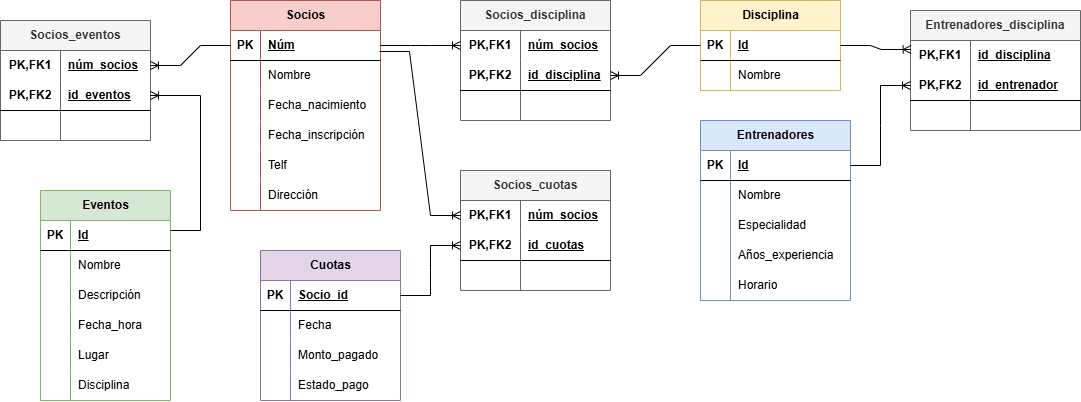
Earlier version of the draw.io export bbdd/sheet04/ModeloRelacional.drawio.png (Dorianaadc/Bootcamp). Source tidied: cells renumbered, new cells last; positions are measured from the earlier drawing's top-left corner, leaving out a move shared by most shapes.
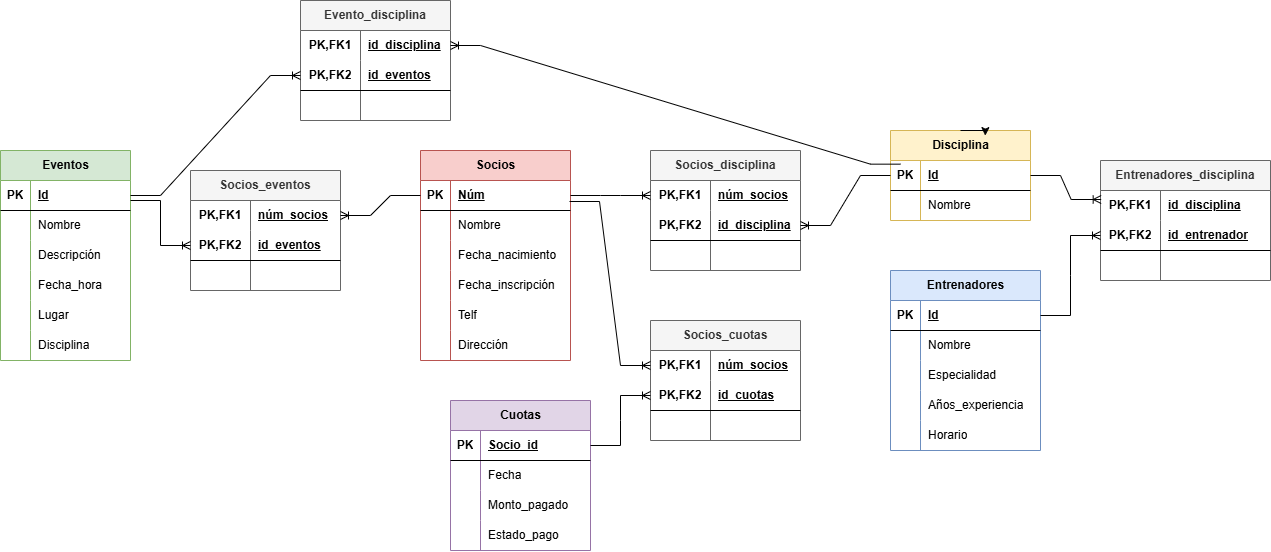
Above is the later version.

The edit, as a diff of the source:
```diff
@@ -147,7 +147,7 @@
       <mxGeometry x="30" width="110" height="30" as="geometry" />
     </mxCell>
     <mxCell id="50" value="Eventos" style="shape=table;startSize=30;rowLines=0;fontStyle=1;align=center;html=1;fillColor=#d5e8d4;strokeColor=#82b366;" parent="1" vertex="1">
-      <mxGeometry x="40" y="190" width="130" height="210" as="geometry" />
+      <mxGeometry x="-190" width="130" height="210" as="geometry" />
     </mxCell>
     <mxCell id="51" style="shape=tableRow;horizontal=0;startSize=0;swimlaneHead=0;swimlaneBody=0;fillColor=none;points=[[0,0.5],[1,0.5]];portConstraint=eastwest;top=0;left=0;right=0;bottom=1;" parent="50" vertex="1">
       <mxGeometry y="30" width="130" height="30" as="geometry" />
@@ -204,7 +204,7 @@
       <mxGeometry x="30" width="100" height="30" as="geometry" />
     </mxCell>
     <mxCell id="69" value="Disciplina" style="shape=table;startSize=30;rowLines=0;fontStyle=1;align=center;html=1;fillColor=#fff2cc;strokeColor=#d6b656;" parent="1" vertex="1">
-      <mxGeometry x="700" width="140" height="90" as="geometry" />
+      <mxGeometry x="700" y="-20" width="140" height="90" as="geometry" />
     </mxCell>
     <mxCell id="70" style="shape=tableRow;horizontal=0;startSize=0;swimlaneHead=0;swimlaneBody=0;fillColor=none;points=[[0,0.5],[1,0.5]];portConstraint=eastwest;top=0;left=0;right=0;bottom=1;" parent="69" vertex="1">
       <mxGeometry y="30" width="140" height="30" as="geometry" />
@@ -369,8 +369,47 @@
     </mxCell>
     <mxCell id="123" style="edgeStyle=entityRelationEdgeStyle;fontSize=12;html=1;endArrow=ERoneToMany;rounded=0;" parent="1" edge="1" target="90">
       <mxGeometry relative="1" as="geometry">
-        <mxPoint x="170" y="230" as="sourcePoint" />
+        <mxPoint x="-60" y="50" as="sourcePoint" />
       </mxGeometry>
     </mxCell>
+    <mxCell id="124" value="Evento_disciplina" style="shape=table;startSize=30;rowLines=0;fontStyle=1;align=center;html=1;whiteSpace=wrap;fillColor=#f5f5f5;fontColor=#333333;strokeColor=#666666;" parent="1" vertex="1">
+      <mxGeometry x="110" y="-150" width="150" height="120" as="geometry" />
+    </mxCell>
+    <mxCell id="125" style="shape=tableRow;horizontal=0;startSize=0;swimlaneHead=0;swimlaneBody=0;fillColor=none;points=[[0,0.5],[1,0.5]];portConstraint=eastwest;top=0;left=0;right=0;bottom=0;html=1;" parent="124" vertex="1">
+      <mxGeometry y="30" width="150" height="30" as="geometry" />
+    </mxCell>
+    <mxCell id="126" value="PK,FK1" style="shape=partialRectangle;fillColor=none;top=0;left=0;bottom=0;right=0;fontStyle=1;overflow=hidden;html=1;whiteSpace=wrap;" parent="125" vertex="1">
+      <mxGeometry width="60" height="30" as="geometry" />
+    </mxCell>
+    <mxCell id="127" value="id_disciplina" style="shape=partialRectangle;fillColor=none;top=0;left=0;bottom=0;right=0;align=left;spacingLeft=6;fontStyle=5;overflow=hidden;html=1;whiteSpace=wrap;" parent="125" vertex="1">
+      <mxGeometry x="60" width="90" height="30" as="geometry" />
+    </mxCell>
+    <mxCell id="128" style="shape=tableRow;horizontal=0;startSize=0;swimlaneHead=0;swimlaneBody=0;fillColor=none;points=[[0,0.5],[1,0.5]];portConstraint=eastwest;top=0;left=0;right=0;bottom=1;html=1;" parent="124" vertex="1">
+      <mxGeometry y="60" width="150" height="30" as="geometry" />
+    </mxCell>
+    <mxCell id="129" value="PK,FK2" style="shape=partialRectangle;fillColor=none;top=0;left=0;bottom=0;right=0;fontStyle=1;overflow=hidden;html=1;whiteSpace=wrap;" parent="128" vertex="1">
+      <mxGeometry width="60" height="30" as="geometry" />
+    </mxCell>
+    <mxCell id="130" value="id_eventos" style="shape=partialRectangle;fillColor=none;top=0;left=0;bottom=0;right=0;align=left;spacingLeft=6;fontStyle=5;overflow=hidden;html=1;whiteSpace=wrap;" parent="128" vertex="1">
+      <mxGeometry x="60" width="90" height="30" as="geometry" />
+    </mxCell>
+    <mxCell id="131" style="shape=tableRow;horizontal=0;startSize=0;swimlaneHead=0;swimlaneBody=0;fillColor=none;top=0;left=0;right=0;bottom=0;html=1;" parent="124" vertex="1">
+      <mxGeometry y="90" width="150" height="30" as="geometry" />
+    </mxCell>
+    <mxCell id="132" style="shape=partialRectangle;fillColor=none;top=0;left=0;bottom=0;right=0;overflow=hidden;html=1;whiteSpace=wrap;" parent="131" vertex="1">
+      <mxGeometry width="60" height="30" as="geometry" />
+    </mxCell>
+    <mxCell id="133" style="shape=partialRectangle;fillColor=none;top=0;left=0;bottom=0;right=0;align=left;spacingLeft=6;overflow=hidden;html=1;whiteSpace=wrap;" parent="131" vertex="1">
+      <mxGeometry x="60" width="90" height="30" as="geometry" />
+    </mxCell>
+    <mxCell id="134" style="edgeStyle=entityRelationEdgeStyle;fontSize=12;html=1;endArrow=ERoneToMany;rounded=0;exitX=0.071;exitY=0.122;exitDx=0;exitDy=0;exitPerimeter=0;" parent="1" edge="1" source="70" target="125">
+      <mxGeometry relative="1" as="geometry" />
+    </mxCell>
+    <mxCell id="135" style="edgeStyle=orthogonalEdgeStyle;rounded=0;orthogonalLoop=1;jettySize=auto;html=1;exitX=0.5;exitY=0;exitDx=0;exitDy=0;entryX=0.677;entryY=0.057;entryDx=0;entryDy=0;entryPerimeter=0;" parent="1" edge="1" source="69" target="69">
+      <mxGeometry relative="1" as="geometry" />
+    </mxCell>
+    <mxCell id="136" style="edgeStyle=entityRelationEdgeStyle;fontSize=12;html=1;endArrow=ERoneToMany;rounded=0;" parent="1" edge="1" source="51" target="128">
+      <mxGeometry relative="1" as="geometry" />
+    </mxCell>
   </root>
 </mxGraphModel>
```
